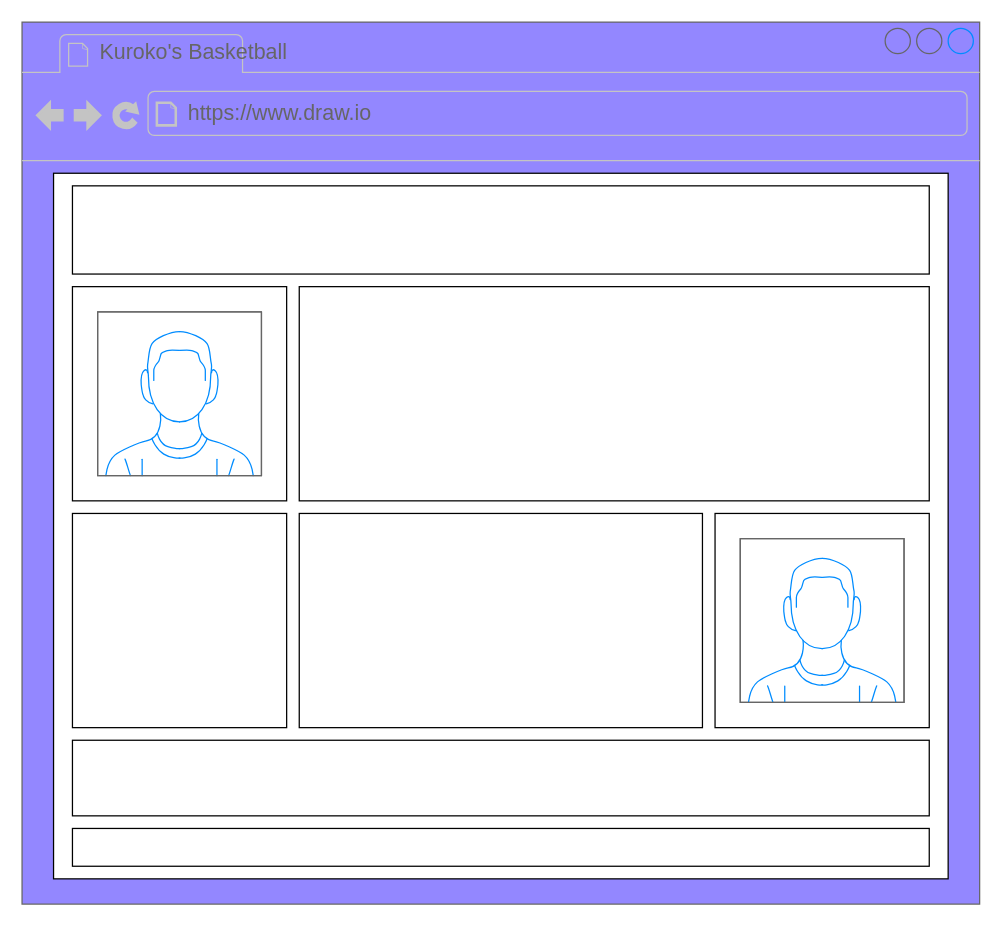
This is wire frame.drawio from ASDAH-Digtal/18734-noah-aan, a draw.io file, before an edit. Source tidied: cells renumbered, new cells numbered last; positions are measured from the earlier drawing's top-left corner, leaving out a move shared by most shapes. Both pictures are drawn from the tidied source at 126%, with x=0, y=0 at pixel (21, 21).
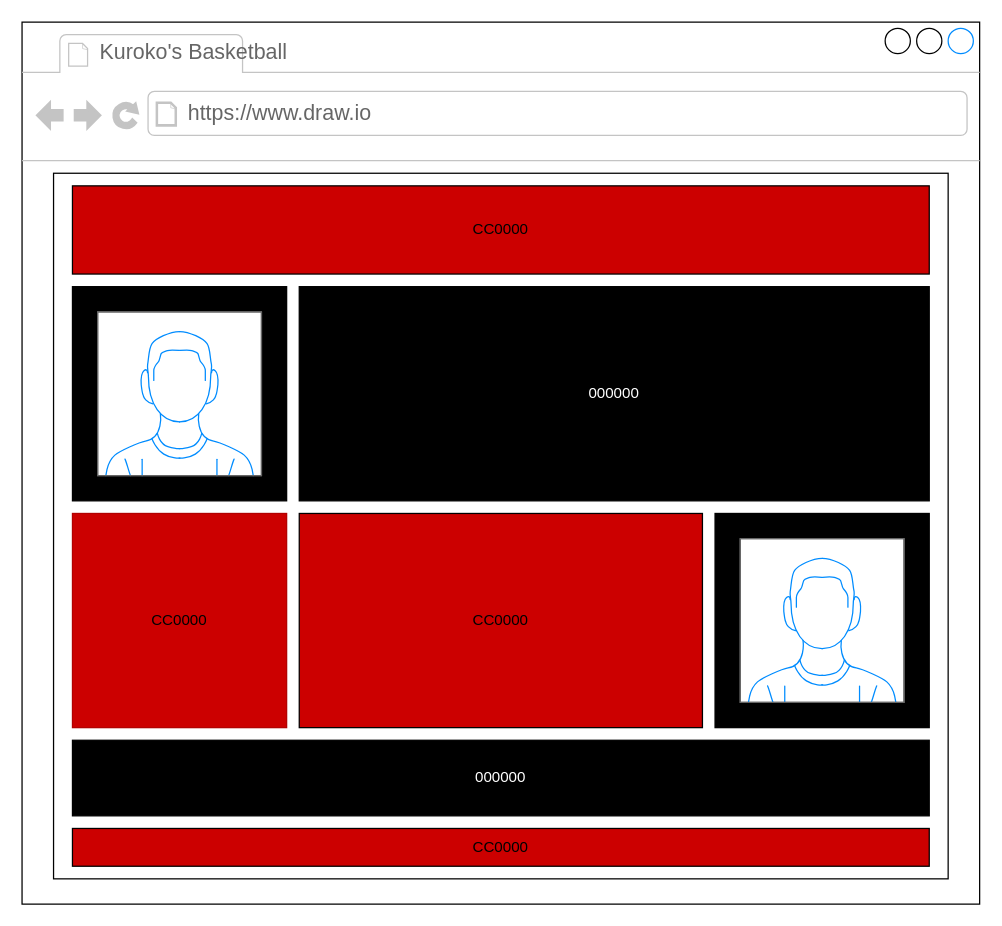
Above is the later version.

Change to the diagram source:
```diff
@@
 <mxGraphModel>
   <root>
     <mxCell id="0" />
     <mxCell id="1" parent="0" />
-    <mxCell id="2" style="strokeWidth=1;shadow=0;dashed=0;align=center;html=1;shape=mxgraph.mockup.containers.browserWindow;rSize=0;strokeColor=#666666;strokeColor2=#008cff;strokeColor3=#c4c4c4;mainText=,;fillColor=#9387FF;" parent="1" vertex="1">
+    <mxCell id="2" style="strokeWidth=1;shadow=0;dashed=0;align=center;html=1;shape=mxgraph.mockup.containers.browserWindow;rSize=0;strokeColor2=#008cff;strokeColor3=#c4c4c4;mainText=,;" parent="1" vertex="1">
       <mxGeometry width="760" height="700" as="geometry" />
     </mxCell>
     <mxCell id="3" value="Kuroko's Basketball" style="strokeWidth=1;shadow=0;dashed=0;align=center;html=1;shape=mxgraph.mockup.containers.anchor;fontSize=17;fontColor=#666666;align=left;" parent="2" vertex="1">
       <mxGeometry x="60" y="12" width="110" height="26" as="geometry" />
     </mxCell>
     <mxCell id="4" value="https://www.draw.io" style="strokeWidth=1;shadow=0;dashed=0;align=center;html=1;shape=mxgraph.mockup.containers.anchor;rSize=0;fontSize=17;fontColor=#666666;align=left;" parent="2" vertex="1">
       <mxGeometry x="130" y="60" width="250" height="26" as="geometry" />
     </mxCell>
     <mxCell id="5" style="rounded=0;whiteSpace=wrap;html=1;" parent="2" vertex="1">
       <mxGeometry x="25" y="120" width="710" height="560" as="geometry" />
     </mxCell>
-    <mxCell id="6" style="rounded=0;whiteSpace=wrap;html=1;" parent="2" vertex="1">
+    <mxCell id="6" value="CC0000" style="rounded=0;whiteSpace=wrap;html=1;fillColor=#CC0000;" parent="2" vertex="1">
       <mxGeometry x="40" y="130" width="680" height="70" as="geometry" />
     </mxCell>
-    <mxCell id="7" style="whiteSpace=wrap;html=1;" parent="2" vertex="1">
+    <mxCell id="7" style="whiteSpace=wrap;html=1;fillColor=#000000;" parent="2" vertex="1">
       <mxGeometry x="40" y="210" width="170" height="170" as="geometry" />
     </mxCell>
-    <mxCell id="8" style="whiteSpace=wrap;html=1;" parent="2" vertex="1">
+    <mxCell id="8" value="&lt;font color=&quot;#000000&quot;&gt;CC0000&lt;/font&gt;" style="whiteSpace=wrap;html=1;strokeColor=#B20000;fontColor=#ffffff;fillColor=#CC0000;" parent="2" vertex="1">
       <mxGeometry x="40" y="390" width="170" height="170" as="geometry" />
     </mxCell>
-    <mxCell id="9" style="rounded=0;whiteSpace=wrap;html=1;" parent="2" vertex="1">
+    <mxCell id="9" value="&lt;font color=&quot;#ffffff&quot;&gt;000000&lt;/font&gt;" style="rounded=0;whiteSpace=wrap;html=1;fillColor=#000000;" parent="2" vertex="1">
       <mxGeometry x="40" y="570" width="680" height="60" as="geometry" />
     </mxCell>
-    <mxCell id="10" style="rounded=0;whiteSpace=wrap;html=1;" parent="2" vertex="1">
+    <mxCell id="10" value="&lt;font color=&quot;#ffffff&quot;&gt;000000&lt;/font&gt;" style="rounded=0;whiteSpace=wrap;html=1;fillColor=#000000;" parent="2" vertex="1">
       <mxGeometry x="220" y="210" width="500" height="170" as="geometry" />
     </mxCell>
-    <mxCell id="11" style="rounded=0;whiteSpace=wrap;html=1;" parent="2" vertex="1">
+    <mxCell id="11" value="CC0000" style="rounded=0;whiteSpace=wrap;html=1;fillColor=#CC0000;" parent="2" vertex="1">
       <mxGeometry x="40" y="640" width="680" height="30" as="geometry" />
     </mxCell>
-    <mxCell id="12" style="rounded=0;whiteSpace=wrap;html=1;" parent="2" vertex="1">
+    <mxCell id="12" value="CC0000" style="rounded=0;whiteSpace=wrap;html=1;fillColor=#CC0000;" parent="2" vertex="1">
       <mxGeometry x="220" y="390" width="320" height="170" as="geometry" />
     </mxCell>
-    <mxCell id="13" style="whiteSpace=wrap;html=1;" parent="2" vertex="1">
+    <mxCell id="13" style="whiteSpace=wrap;html=1;fillColor=#000000;" parent="2" vertex="1">
       <mxGeometry x="550" y="390" width="170" height="170" as="geometry" />
     </mxCell>
     <mxCell id="14" style="verticalLabelPosition=bottom;shadow=0;dashed=0;align=center;html=1;verticalAlign=top;strokeWidth=1;shape=mxgraph.mockup.containers.userMale;strokeColor=#666666;strokeColor2=#008cff;" parent="2" vertex="1">
       <mxGeometry x="60" y="230" width="130" height="130" as="geometry" />
     </mxCell>
     <mxCell id="15" style="verticalLabelPosition=bottom;shadow=0;dashed=0;align=center;html=1;verticalAlign=top;strokeWidth=1;shape=mxgraph.mockup.containers.userMale;strokeColor=#666666;strokeColor2=#008cff;" parent="2" vertex="1">
       <mxGeometry x="570" y="410" width="130" height="130" as="geometry" />
     </mxCell>
   </root>
 </mxGraphModel>
```
